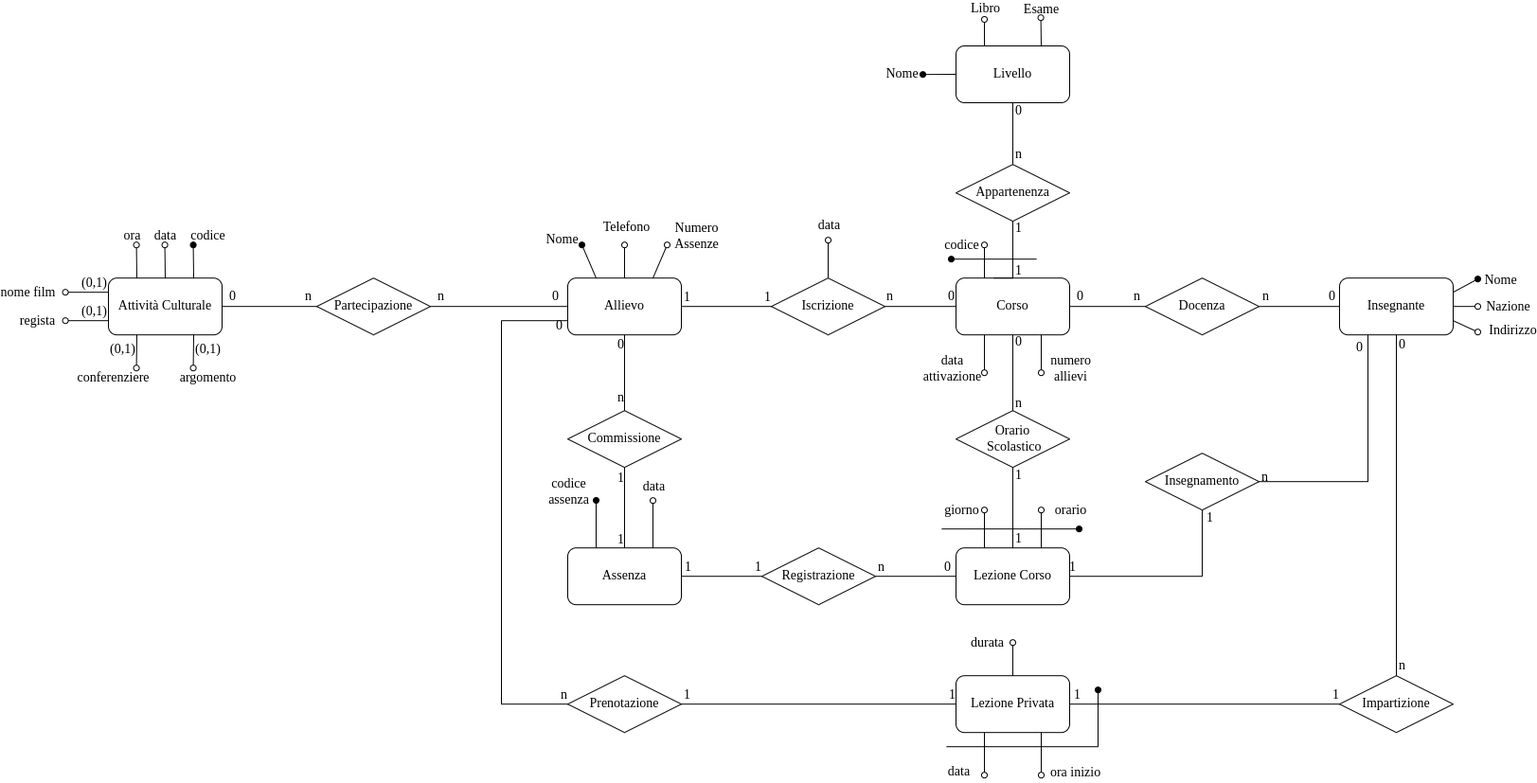
This is doc/Foto_Documentazione/Diagramma_ER_Ristrutturato.png from SimoneNicosanti/DataBase_Project, a draw.io export, as it was before one commit. Source tidied: cells renumbered, new cells last; positions are measured from the earlier drawing's top-left corner, leaving out a move shared by most shapes.
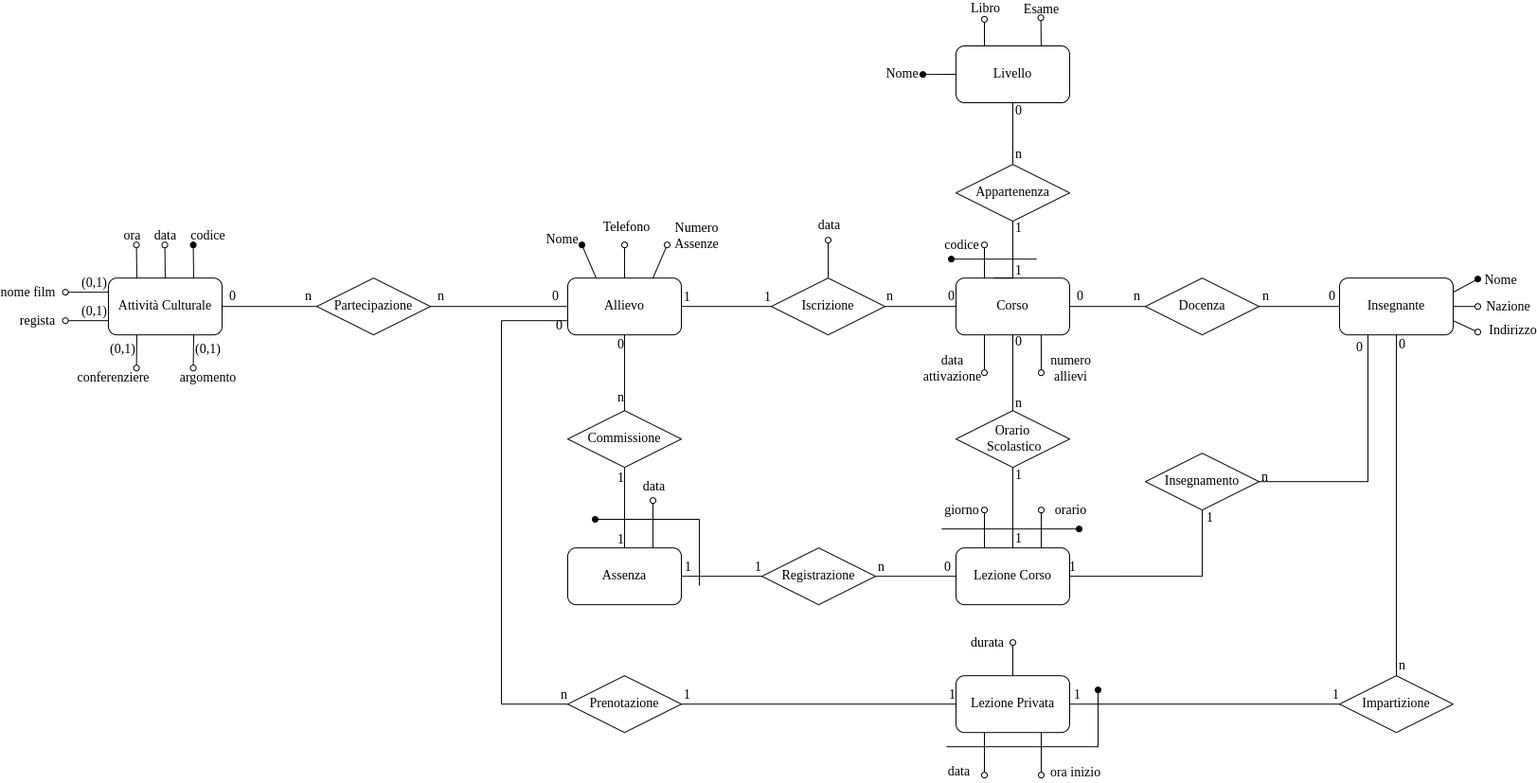
After the commit.

Change to the diagram source:
```diff
@@ -639,15 +639,15 @@
         <mxPoint y="-14" as="offset" />
       </mxGeometry>
     </mxCell>
-    <mxCell id="142" style="endArrow=oval;html=1;rounded=0;endFill=1;exitX=0.25;exitY=0;exitDx=0;exitDy=0;" parent="1" edge="1" source="67">
-      <mxGeometry relative="1" as="geometry">
-        <mxPoint x="560" y="510" as="targetPoint" />
-      </mxGeometry>
-    </mxCell>
-    <mxCell id="143" value="codice&lt;br style=&quot;font-size: 14px;&quot;&gt;assenza" style="edgeLabel;html=1;align=center;verticalAlign=middle;labelBackgroundColor=none;fontFamily=Times New Roman;fontSize=14;" parent="142" vertex="1">
-      <mxGeometry x="0.75" relative="1" as="geometry">
-        <mxPoint x="-30" y="-16" as="offset" />
-      </mxGeometry>
-    </mxCell>
+    <mxCell id="144" style="endArrow=none;html=1;rounded=0;startArrow=oval;startFill=1;edgeStyle=orthogonalEdgeStyle;" parent="1" edge="1">
+      <mxGeometry relative="1" as="geometry">
+        <mxPoint x="559" y="530" as="sourcePoint" />
+        <mxPoint x="669" y="600" as="targetPoint" />
+        <Array as="points">
+          <mxPoint x="619" y="530" />
+          <mxPoint x="669" y="530" />
+        </Array>
+      </mxGeometry>
+    </mxCell>
   </root>
 </mxGraphModel>
```
